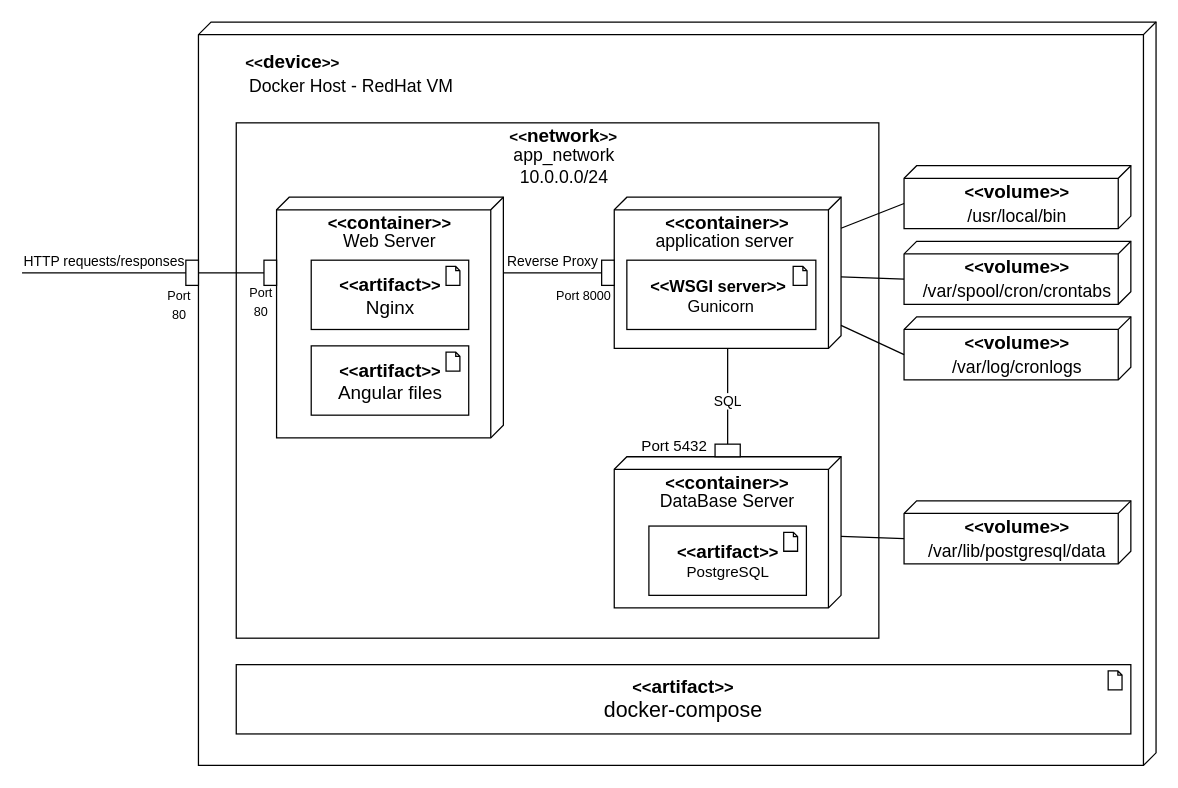
This is deployment_diagram.drawio from DrXneaky/Diagram, a draw.io file, before an edit. Source tidied: cells renumbered, new cells numbered last; positions are measured from the earlier drawing's top-left corner, leaving out a move shared by most shapes. Both pictures are drawn from the tidied source at 126%, with x=0, y=0 at pixel (21, 21).
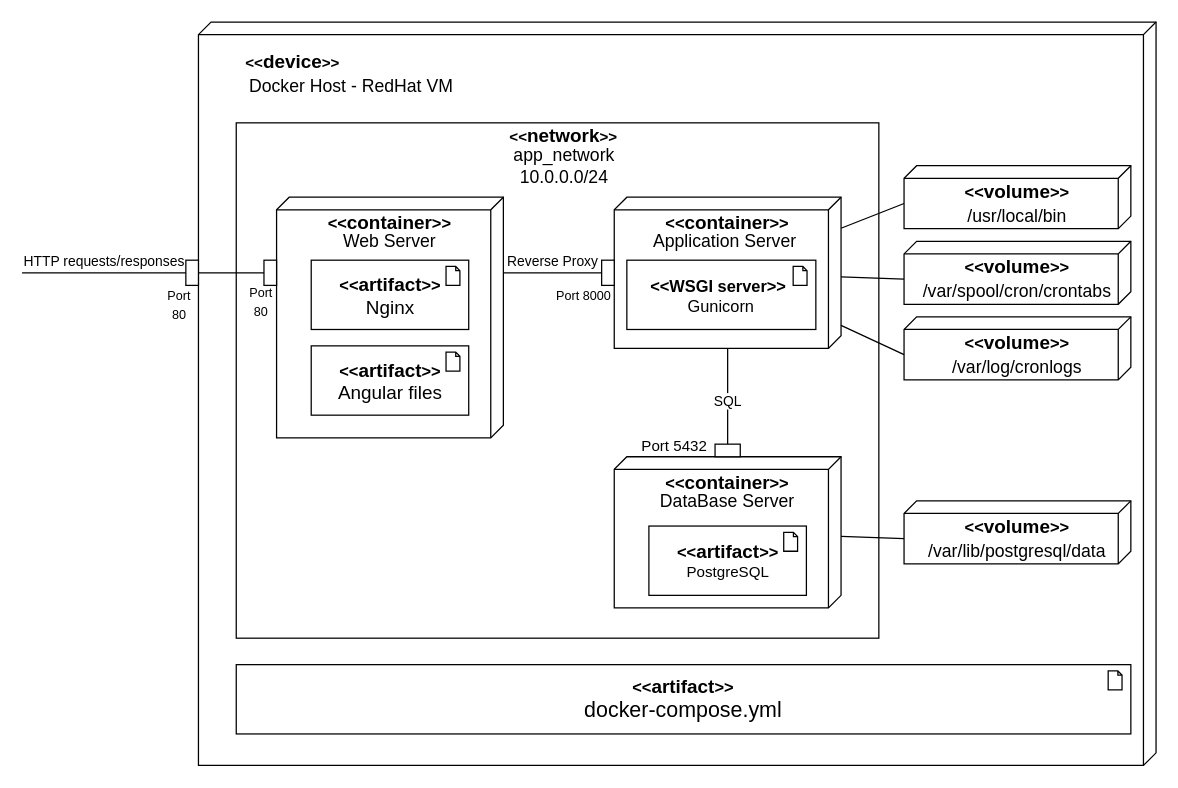
After the change.

The edit, as a diff of the source:
```diff
@@
-    <mxCell id="31" value="&lt;span style=&quot;font-size: 14px&quot;&gt;application server&amp;nbsp;&lt;/span&gt;" style="text;html=1;strokeColor=none;fillColor=none;align=center;verticalAlign=middle;whiteSpace=wrap;rounded=0;fontFamily=Old Standard TT;" parent="1" vertex="1">
+    <mxCell id="31" value="&lt;span style=&quot;font-size: 14px&quot;&gt;Application Server&amp;nbsp;&lt;/span&gt;" style="text;html=1;strokeColor=none;fillColor=none;align=center;verticalAlign=middle;whiteSpace=wrap;rounded=0;fontFamily=Old Standard TT;" parent="1" vertex="1">
       <mxGeometry x="500" y="164" width="120" height="20" as="geometry" />
     </mxCell>
@@
-    <mxCell id="46" value="&lt;font face=&quot;Helvetica&quot; style=&quot;font-weight: bold ; font-size: 13px&quot;&gt;&amp;lt;&amp;lt;&lt;/font&gt;&lt;font style=&quot;font-weight: bold ; font-size: 15px&quot;&gt;artifact&lt;/font&gt;&lt;font&gt;&lt;font face=&quot;Helvetica&quot; style=&quot;font-weight: bold ; font-size: 13px&quot;&gt;&amp;gt;&amp;gt;&lt;/font&gt;&lt;br&gt;&lt;font style=&quot;font-size: 17px&quot;&gt;docker-compose&lt;/font&gt;&lt;br&gt;&lt;/font&gt;" style="html=1;whiteSpace=wrap;shape=mxgraph.archimate3.application;appType=artifact;archiType=square;fontFamily=Old Standard TT;fillColor=#FFFFFF;" parent="1" vertex="1">
+    <mxCell id="46" value="&lt;font face=&quot;Helvetica&quot; style=&quot;font-weight: bold ; font-size: 13px&quot;&gt;&amp;lt;&amp;lt;&lt;/font&gt;&lt;font style=&quot;font-weight: bold ; font-size: 15px&quot;&gt;artifact&lt;/font&gt;&lt;font&gt;&lt;font face=&quot;Helvetica&quot; style=&quot;font-weight: bold ; font-size: 13px&quot;&gt;&amp;gt;&amp;gt;&lt;/font&gt;&lt;br&gt;&lt;font style=&quot;font-size: 17px&quot;&gt;docker-compose.yml&lt;/font&gt;&lt;br&gt;&lt;/font&gt;" style="html=1;whiteSpace=wrap;shape=mxgraph.archimate3.application;appType=artifact;archiType=square;fontFamily=Old Standard TT;fillColor=#FFFFFF;" parent="1" vertex="1">
       <mxGeometry x="170" y="510" width="710" height="55" as="geometry" />
     </mxCell>
```
